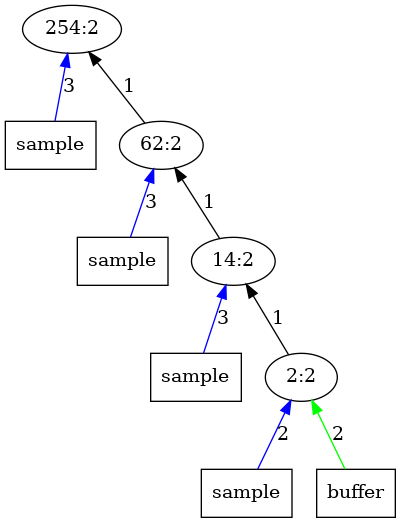
AbhikKhan/MTP_IITG keeps this Graphviz diagram as outputImages/op2.png.png. Above is the earlier version. Its source is kept beside it as outputTrees/op2.dot. The source it was exported from:
```dot
digraph Tree{
	rankdir="BT"
	x11 -> 1 [label = "3", color = "blue"];
	x11 [label = "sample", shape = "box"];
	1 [label = "254:2"];
	2 -> 1 [label = "1", color = "black"];
	x21 -> 2 [label = "3", color = "blue"];
	x21 [label = "sample", shape = "box"];
	2 [label = "62:2"];
	3 -> 2 [label = "1", color = "black"];
	x31 -> 3 [label = "3", color = "blue"];
	x31 [label = "sample", shape = "box"];
	3 [label = "14:2"];
	4 -> 3 [label = "1", color = "black"];
	x41 -> 4 [label = "2", color = "blue"];
	x41 [label = "sample", shape = "box"];
	x42 -> 4 [label = "2", color = "green"];
	x42 [label = "buffer", shape = "box"];
	4 [label = "2:2"];
}
```
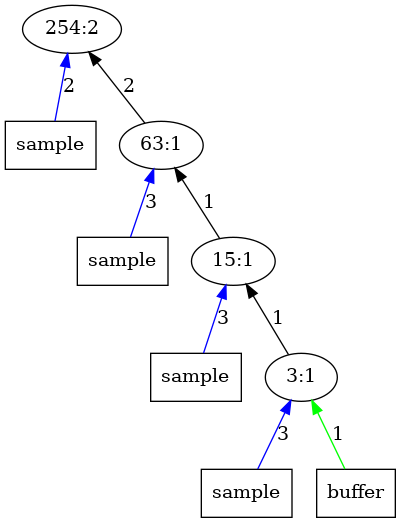
Later version of the same file.

What changed in the source:
```diff
@@ -1,20 +1,20 @@
 digraph Tree{
 	rankdir="BT"
-	x11 -> 1 [label = "3", color = "blue"];
+	x11 -> 1 [label = "2", color = "blue"];
 	x11 [label = "sample", shape = "box"];
 	1 [label = "254:2"];
-	2 -> 1 [label = "1", color = "black"];
+	2 -> 1 [label = "2", color = "black"];
 	x21 -> 2 [label = "3", color = "blue"];
 	x21 [label = "sample", shape = "box"];
-	2 [label = "62:2"];
+	2 [label = "63:1"];
 	3 -> 2 [label = "1", color = "black"];
 	x31 -> 3 [label = "3", color = "blue"];
 	x31 [label = "sample", shape = "box"];
-	3 [label = "14:2"];
+	3 [label = "15:1"];
 	4 -> 3 [label = "1", color = "black"];
-	x41 -> 4 [label = "2", color = "blue"];
+	x41 -> 4 [label = "3", color = "blue"];
 	x41 [label = "sample", shape = "box"];
-	x42 -> 4 [label = "2", color = "green"];
+	x42 -> 4 [label = "1", color = "green"];
 	x42 [label = "buffer", shape = "box"];
-	4 [label = "2:2"];
+	4 [label = "3:1"];
 }
```
